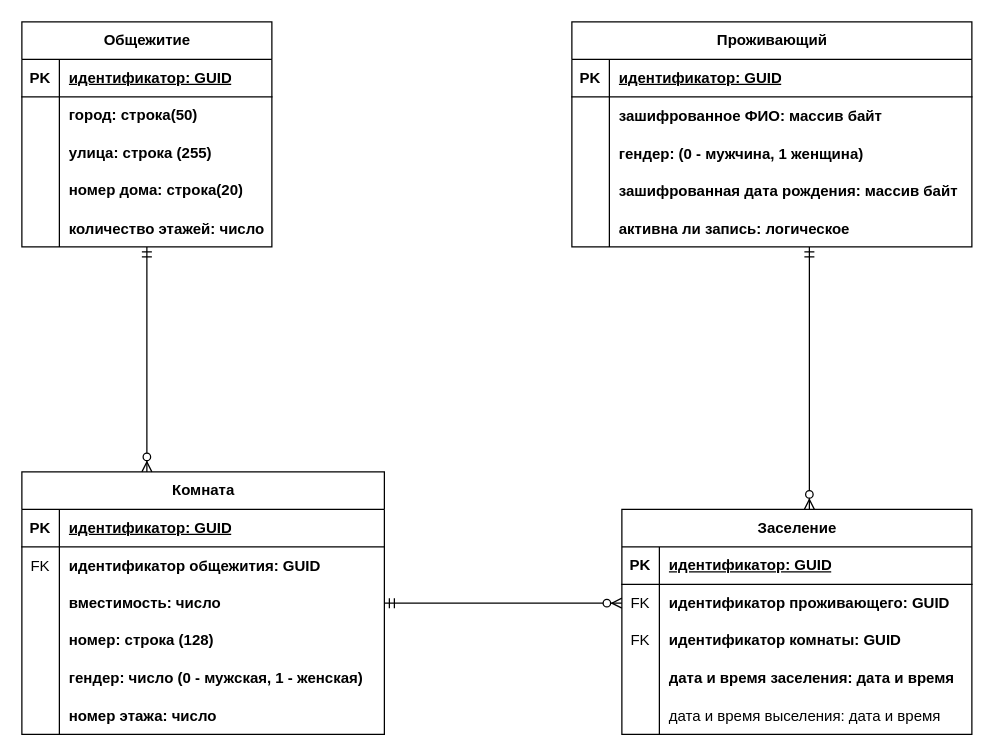
Above: docs/ERD логическая.drawio in DmitryUA/OpenDorm (draw.io), before the change. Source tidied: cells renumbered, new cells numbered last; positions are measured from the earlier drawing's top-left corner, leaving out a move shared by most shapes. Both pictures are drawn from the tidied source at 125%, with x=0, y=0 at pixel (21, 21).
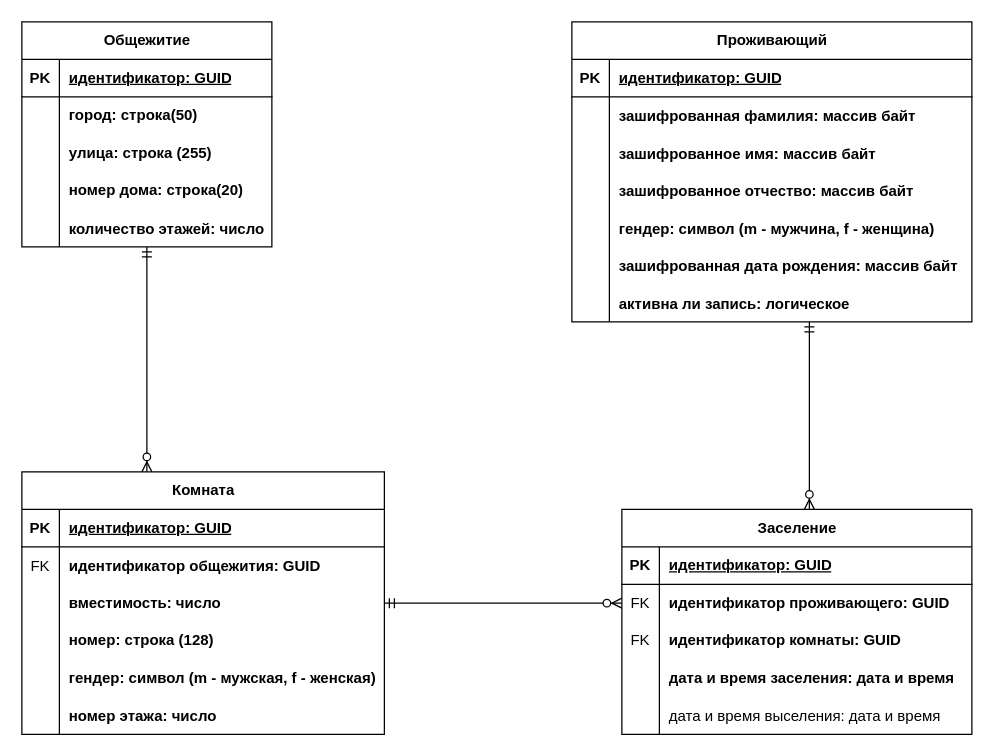
Above is the later version.

Commit message (it also covers changes not shown here):
docs: split the full name into last name, first name, and patronymic

Unchanged cells that the change refers to:
```xml
<mxCell id="15" style="shape=tableRow;horizontal=0;startSize=0;swimlaneHead=0;swimlaneBody=0;fillColor=none;top=0;left=0;right=0;bottom=0;" parent="2" vertex="1">
  <mxGeometry y="150" width="290" height="30" as="geometry" />
</mxCell>
<mxCell id="42" style="shape=tableRow;horizontal=0;startSize=0;swimlaneHead=0;swimlaneBody=0;fillColor=none;top=0;left=0;right=0;bottom=0;" parent="38" vertex="1">
  <mxGeometry y="60" width="320" height="30" as="geometry" />
</mxCell>
```

What changed in the source:
```diff
@@
-    <mxCell id="17" value="&lt;b&gt;гендер: число (0 - мужская, 1 - женская)&lt;/b&gt;" style="shape=partialRectangle;fillColor=none;top=0;left=0;bottom=0;right=0;align=left;spacingLeft=6;overflow=hidden;whiteSpace=wrap;html=1;" parent="15" vertex="1">
+    <mxCell id="17" value="&lt;b&gt;гендер: символ (m - мужская, f - женская)&lt;/b&gt;" style="shape=partialRectangle;fillColor=none;top=0;left=0;bottom=0;right=0;align=left;spacingLeft=6;overflow=hidden;whiteSpace=wrap;html=1;" parent="15" vertex="1">
       <mxGeometry x="30" width="260" height="30" as="geometry" />
     </mxCell>
@@
     <mxCell id="38" value="Проживающий" style="shape=table;startSize=30;childLayout=tableLayout;rowLines=0;fontStyle=1;align=center;html=1;" parent="1" vertex="1">
-      <mxGeometry x="440" width="320" height="180" as="geometry" />
+      <mxGeometry x="440" width="320" height="240" as="geometry" />
     </mxCell>
@@
-    <mxCell id="44" value="зашифрованное ФИО: массив байт" style="shape=partialRectangle;fillColor=none;top=0;left=0;bottom=0;right=0;align=left;spacingLeft=6;overflow=hidden;fontStyle=1;" parent="42" vertex="1">
+    <mxCell id="44" value="зашифрованная фамилия: массив байт" style="shape=partialRectangle;fillColor=none;top=0;left=0;bottom=0;right=0;align=left;spacingLeft=6;overflow=hidden;fontStyle=1;" parent="42" vertex="1">
       <mxGeometry x="30" width="290" height="30" as="geometry" />
     </mxCell>
+    <mxCell id="72" style="shape=tableRow;horizontal=0;startSize=0;swimlaneHead=0;swimlaneBody=0;fillColor=none;top=0;left=0;right=0;bottom=0;" parent="38" vertex="1">
+      <mxGeometry y="90" width="320" height="30" as="geometry" />
+    </mxCell>
+    <mxCell id="73" style="shape=partialRectangle;fillColor=none;top=0;left=0;bottom=0;right=0;overflow=hidden;" parent="72" vertex="1">
+      <mxGeometry width="30" height="30" as="geometry" />
+    </mxCell>
+    <mxCell id="74" value="зашифрованное имя: массив байт" style="shape=partialRectangle;fillColor=none;top=0;left=0;bottom=0;right=0;align=left;spacingLeft=6;overflow=hidden;fontStyle=1;" parent="72" vertex="1">
+      <mxGeometry x="30" width="290" height="30" as="geometry" />
+    </mxCell>
+    <mxCell id="75" style="shape=tableRow;horizontal=0;startSize=0;swimlaneHead=0;swimlaneBody=0;fillColor=none;top=0;left=0;right=0;bottom=0;" parent="38" vertex="1">
+      <mxGeometry y="120" width="320" height="30" as="geometry" />
+    </mxCell>
+    <mxCell id="76" style="shape=partialRectangle;fillColor=none;top=0;left=0;bottom=0;right=0;overflow=hidden;" parent="75" vertex="1">
+      <mxGeometry width="30" height="30" as="geometry" />
+    </mxCell>
+    <mxCell id="77" value="зашифрованное отчество: массив байт" style="shape=partialRectangle;fillColor=none;top=0;left=0;bottom=0;right=0;align=left;spacingLeft=6;overflow=hidden;fontStyle=1;" parent="75" vertex="1">
+      <mxGeometry x="30" width="290" height="30" as="geometry" />
+    </mxCell>
     <mxCell id="45" style="shape=tableRow;horizontal=0;startSize=0;swimlaneHead=0;swimlaneBody=0;fillColor=none;top=0;left=0;right=0;bottom=0;" parent="38" vertex="1">
-      <mxGeometry y="90" width="320" height="30" as="geometry" />
+      <mxGeometry y="150" width="320" height="30" as="geometry" />
     </mxCell>
@@
-    <mxCell id="47" value="гендер: (0 - мужчина, 1 женщина)" style="shape=partialRectangle;fillColor=none;top=0;left=0;bottom=0;right=0;align=left;spacingLeft=6;overflow=hidden;fontStyle=1;" parent="45" vertex="1">
+    <mxCell id="47" value="гендер: символ (m - мужчина, f - женщина)" style="shape=partialRectangle;fillColor=none;top=0;left=0;bottom=0;right=0;align=left;spacingLeft=6;overflow=hidden;fontStyle=1;" parent="45" vertex="1">
       <mxGeometry x="30" width="290" height="30" as="geometry" />
     </mxCell>
     <mxCell id="48" style="shape=tableRow;horizontal=0;startSize=0;swimlaneHead=0;swimlaneBody=0;fillColor=none;top=0;left=0;right=0;bottom=0;" parent="38" vertex="1">
-      <mxGeometry y="120" width="320" height="30" as="geometry" />
+      <mxGeometry y="180" width="320" height="30" as="geometry" />
     </mxCell>
@@
     <mxCell id="51" style="shape=tableRow;horizontal=0;startSize=0;swimlaneHead=0;swimlaneBody=0;fillColor=none;top=0;left=0;right=0;bottom=0;" parent="38" vertex="1">
-      <mxGeometry y="150" width="320" height="30" as="geometry" />
+      <mxGeometry y="210" width="320" height="30" as="geometry" />
     </mxCell>
```
